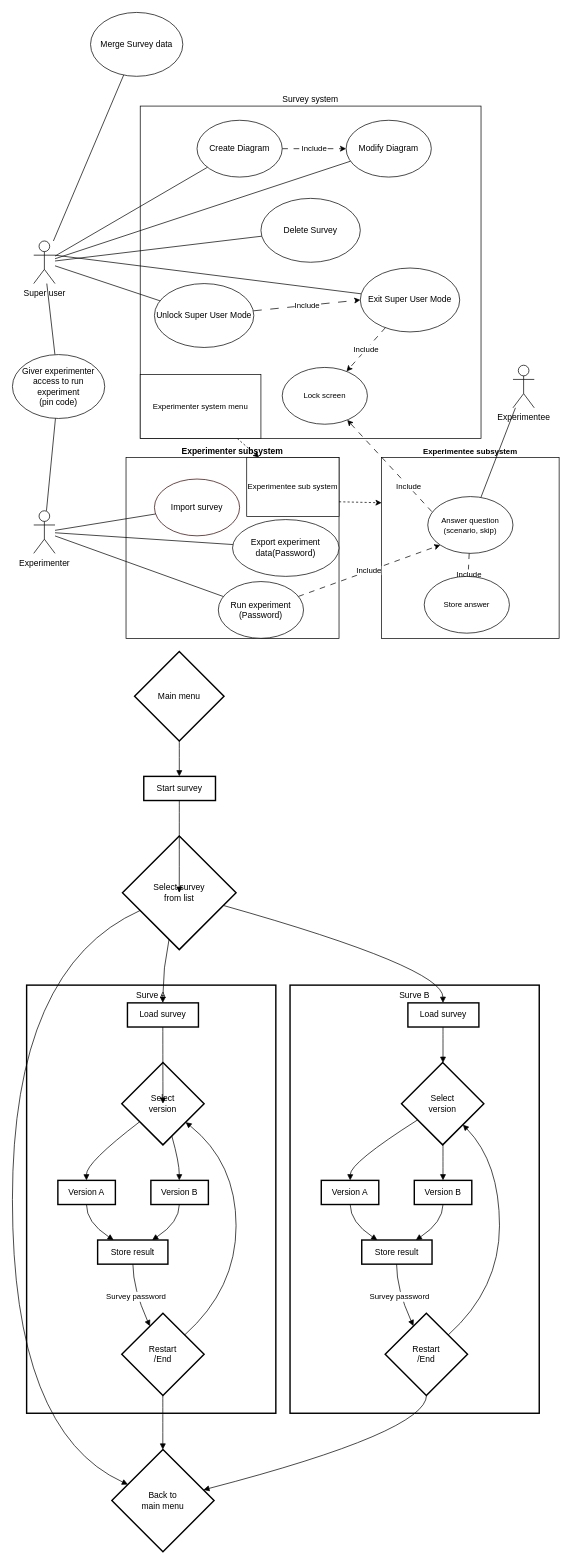
Before: Unavngivet diagram.drawio in toppggg/CtCI, a draw.io diagram. Source tidied: cells renumbered, new cells numbered last; positions are measured from the earlier drawing's top-left corner, leaving out a move shared by most shapes. Both pictures are drawn from the tidied source at 71%, with x=0, y=0 at pixel (12, 12).
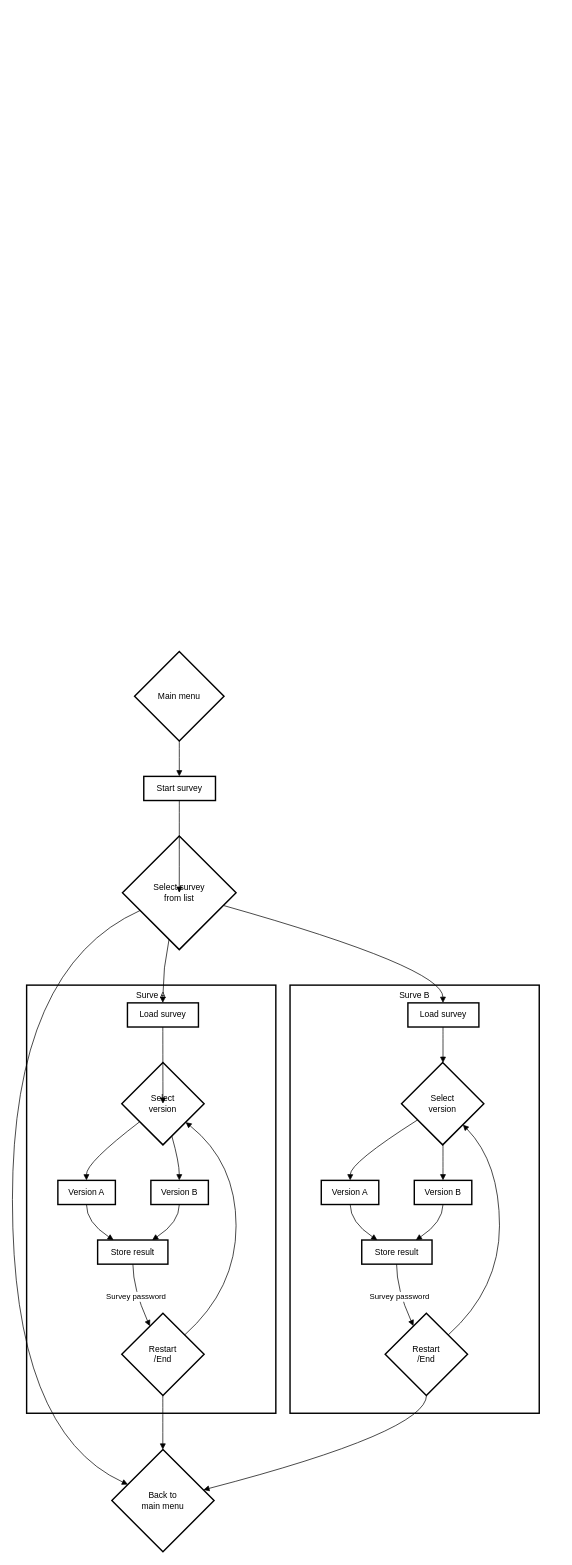
After the change.

Change to the diagram source:
```diff
@@
-    <mxCell id="2" value="Experimentee subsystem" style="rounded=0;whiteSpace=wrap;html=1;fontFamily=Helvetica;fontSize=11;fontColor=default;labelBackgroundColor=default;labelPosition=center;verticalLabelPosition=top;align=center;verticalAlign=bottom;fontStyle=1;" parent="1" vertex="1">
-      <mxGeometry x="520" y="626.9" width="250" height="255" as="geometry" />
-    </mxCell>
-    <mxCell id="3" value="&lt;div style=&quot;font-size: 12px;&quot; align=&quot;left&quot;&gt;&lt;font style=&quot;font-size: 12px;&quot;&gt;&lt;b&gt;Experimenter subsystem&lt;/b&gt;&lt;/font&gt;&lt;/div&gt;" style="rounded=0;whiteSpace=wrap;html=1;fontFamily=Helvetica;fontSize=11;fontColor=default;labelBackgroundColor=default;labelPosition=center;verticalLabelPosition=top;align=center;verticalAlign=bottom;" parent="1" vertex="1">
-      <mxGeometry x="160" y="626.9" width="300" height="254.7" as="geometry" />
-    </mxCell>
-    <mxCell id="4" value="Survey system" style="rounded=0;whiteSpace=wrap;html=1;labelPosition=center;verticalLabelPosition=top;align=center;verticalAlign=bottom;" parent="1" vertex="1">
-      <mxGeometry x="180" y="131.9" width="480" height="468.1" as="geometry" />
-    </mxCell>
-    <mxCell id="5" value="Modify Diagram" style="ellipse;whiteSpace=wrap;html=1;" parent="1" vertex="1">
-      <mxGeometry x="470" y="151.9" width="120" height="80" as="geometry" />
-    </mxCell>
-    <mxCell id="6" value="Include" style="rounded=0;jettySize=auto;html=1;dashed=1;dashPattern=8 8;" parent="1" edge="1" source="7" target="5">
-      <mxGeometry relative="1" as="geometry" />
-    </mxCell>
-    <mxCell id="7" value="Create Diagram" style="ellipse;whiteSpace=wrap;html=1;" parent="1" vertex="1">
-      <mxGeometry x="260" y="151.9" width="120" height="80" as="geometry" />
-    </mxCell>
-    <mxCell id="8" style="rounded=0;jettySize=auto;html=1;endArrow=none;endFill=0;" parent="1" edge="1" source="13" target="7">
-      <mxGeometry relative="1" as="geometry" />
-    </mxCell>
-    <mxCell id="9" style="rounded=0;jettySize=auto;html=1;endArrow=none;endFill=0;" parent="1" edge="1" source="13" target="5">
-      <mxGeometry relative="1" as="geometry" />
-    </mxCell>
-    <mxCell id="10" style="edgeStyle=none;rounded=0;jettySize=auto;html=1;strokeColor=default;align=center;verticalAlign=middle;fontFamily=Helvetica;fontSize=11;fontColor=default;labelBackgroundColor=default;endArrow=none;endFill=0;" parent="1" edge="1" source="13" target="14">
-      <mxGeometry relative="1" as="geometry" />
-    </mxCell>
-    <mxCell id="11" style="edgeStyle=none;rounded=0;jettySize=auto;html=1;strokeColor=default;align=center;verticalAlign=middle;fontFamily=Helvetica;fontSize=11;fontColor=default;labelBackgroundColor=default;endArrow=none;endFill=0;" parent="1" edge="1" source="13" target="15">
-      <mxGeometry relative="1" as="geometry" />
-    </mxCell>
-    <mxCell id="12" style="rounded=0;jettySize=auto;html=1;exitX=1;exitY=0.3333333333333333;exitDx=0;exitDy=0;exitPerimeter=0;endArrow=none;endFill=0;" parent="1" edge="1" source="13" target="43">
-      <mxGeometry relative="1" as="geometry" />
-    </mxCell>
-    <mxCell id="13" value="Super user" style="shape=umlActor;verticalLabelPosition=bottom;verticalAlign=top;html=1;outlineConnect=0;" parent="1" vertex="1">
-      <mxGeometry x="30" y="321.9" width="30" height="60" as="geometry" />
-    </mxCell>
-    <mxCell id="14" value="Giver experimenter access to run experiment&lt;br&gt;(pin code)" style="ellipse;whiteSpace=wrap;html=1;" parent="1" vertex="1">
-      <mxGeometry y="481.9" width="130" height="90" as="geometry" />
-    </mxCell>
-    <mxCell id="15" value="Delete Survey" style="ellipse;whiteSpace=wrap;html=1;" parent="1" vertex="1">
-      <mxGeometry x="350" y="261.9" width="140" height="90" as="geometry" />
-    </mxCell>
-    <mxCell id="16" style="rounded=0;jettySize=auto;html=1;endArrow=none;endFill=0;" parent="1" edge="1" source="20" target="14">
-      <mxGeometry relative="1" as="geometry" />
-    </mxCell>
-    <mxCell id="17" style="edgeStyle=none;rounded=0;jettySize=auto;html=1;strokeColor=default;align=center;verticalAlign=middle;fontFamily=Helvetica;fontSize=11;fontColor=default;labelBackgroundColor=default;endArrow=none;endFill=0;" parent="1" edge="1" source="20" target="24">
-      <mxGeometry relative="1" as="geometry" />
-    </mxCell>
-    <mxCell id="18" style="edgeStyle=none;rounded=0;jettySize=auto;html=1;strokeColor=default;align=center;verticalAlign=middle;fontFamily=Helvetica;fontSize=11;fontColor=default;labelBackgroundColor=default;endArrow=none;endFill=0;" parent="1" edge="1" source="20" target="25">
-      <mxGeometry relative="1" as="geometry" />
-    </mxCell>
-    <mxCell id="19" style="edgeStyle=none;rounded=0;jettySize=auto;html=1;strokeColor=default;align=center;verticalAlign=middle;fontFamily=Helvetica;fontSize=11;fontColor=default;labelBackgroundColor=default;endArrow=none;endFill=0;" parent="1" edge="1" source="20" target="27">
-      <mxGeometry relative="1" as="geometry" />
-    </mxCell>
-    <mxCell id="20" value="Experimenter" style="shape=umlActor;verticalLabelPosition=bottom;verticalAlign=top;html=1;outlineConnect=0;" parent="1" vertex="1">
-      <mxGeometry x="30" y="701.9" width="30" height="60" as="geometry" />
-    </mxCell>
-    <mxCell id="21" style="edgeStyle=none;rounded=0;orthogonalLoop=1;jettySize=auto;html=1;exitX=0;exitY=0;exitDx=0;exitDy=0;strokeColor=default;align=center;verticalAlign=middle;fontFamily=Helvetica;fontSize=11;fontColor=default;labelBackgroundColor=default;endArrow=none;endFill=0;" parent="1" edge="1">
-      <mxGeometry relative="1" as="geometry">
-        <mxPoint x="242.6" y="501.9" as="sourcePoint" />
-        <mxPoint x="242.6" y="501.9" as="targetPoint" />
-      </mxGeometry>
-    </mxCell>
-    <mxCell id="22" style="rounded=0;jettySize=auto;html=1;dashed=1;" parent="1" edge="1" source="23" target="31">
-      <mxGeometry relative="1" as="geometry" />
-    </mxCell>
-    <mxCell id="23" value="Experimenter system menu" style="rounded=0;whiteSpace=wrap;html=1;fontFamily=Helvetica;fontSize=11;fontColor=default;labelBackgroundColor=default;" parent="1" vertex="1">
-      <mxGeometry x="180" y="510" width="170" height="90" as="geometry" />
-    </mxCell>
-    <mxCell id="24" value="Import survey" style="ellipse;whiteSpace=wrap;html=1;fillColor=none;strokeColor=#330000;" parent="1" vertex="1">
-      <mxGeometry x="200" y="657.2" width="120" height="80" as="geometry" />
-    </mxCell>
-    <mxCell id="25" value="Export experiment data(Password)" style="ellipse;whiteSpace=wrap;html=1;" parent="1" vertex="1">
-      <mxGeometry x="310" y="714.3" width="150" height="80" as="geometry" />
-    </mxCell>
-    <mxCell id="26" value="Include" style="edgeStyle=none;rounded=0;jettySize=auto;html=1;entryX=0;entryY=1;entryDx=0;entryDy=0;strokeColor=default;align=center;verticalAlign=middle;fontFamily=Helvetica;fontSize=11;fontColor=default;labelBackgroundColor=default;endArrow=classic;endFill=1;dashed=1;dashPattern=8 8;" parent="1" edge="1" source="27" target="35">
-      <mxGeometry relative="1" as="geometry" />
-    </mxCell>
-    <mxCell id="27" value="Run experiment (Password)" style="ellipse;whiteSpace=wrap;html=1;" parent="1" vertex="1">
-      <mxGeometry x="290" y="801.6" width="120" height="80" as="geometry" />
-    </mxCell>
-    <mxCell id="28" style="edgeStyle=none;rounded=0;jettySize=auto;html=1;strokeColor=default;align=center;verticalAlign=middle;fontFamily=Helvetica;fontSize=11;fontColor=default;labelBackgroundColor=default;endArrow=none;endFill=0;" parent="1" edge="1" source="29" target="13">
-      <mxGeometry relative="1" as="geometry" />
-    </mxCell>
-    <mxCell id="29" value="Merge Survey data" style="ellipse;whiteSpace=wrap;html=1;" parent="1" vertex="1">
-      <mxGeometry x="110" width="130" height="90" as="geometry" />
-    </mxCell>
-    <mxCell id="30" style="rounded=0;jettySize=auto;html=1;dashed=1;entryX=0;entryY=0.25;entryDx=0;entryDy=0;exitX=1;exitY=0.75;exitDx=0;exitDy=0;" parent="1" edge="1" source="31" target="2">
-      <mxGeometry relative="1" as="geometry" />
-    </mxCell>
-    <mxCell id="31" value="Experimentee sub system" style="rounded=0;whiteSpace=wrap;html=1;fontFamily=Helvetica;fontSize=11;fontColor=default;labelBackgroundColor=default;" parent="1" vertex="1">
-      <mxGeometry x="330" y="626.9" width="130" height="83.1" as="geometry" />
-    </mxCell>
-    <mxCell id="32" style="edgeStyle=none;rounded=0;jettySize=auto;html=1;strokeColor=default;align=center;verticalAlign=middle;fontFamily=Helvetica;fontSize=11;fontColor=default;labelBackgroundColor=default;endArrow=none;endFill=0;" parent="1" edge="1" source="35" target="36">
-      <mxGeometry relative="1" as="geometry" />
-    </mxCell>
-    <mxCell id="33" value="Include" style="edgeStyle=none;rounded=0;jettySize=auto;html=1;strokeColor=default;align=center;verticalAlign=top;fontFamily=Helvetica;fontSize=11;fontColor=default;labelBackgroundColor=default;endArrow=classic;endFill=1;dashed=1;dashPattern=8 8;labelPosition=center;verticalLabelPosition=bottom;" parent="1" edge="1" source="35" target="37">
-      <mxGeometry relative="1" as="geometry" />
-    </mxCell>
-    <mxCell id="34" value="Include" style="rounded=0;jettySize=auto;html=1;exitX=0.5;exitY=1;exitDx=0;exitDy=0;dashed=1;dashPattern=8 8;" parent="1" edge="1" source="35" target="39">
-      <mxGeometry relative="1" as="geometry" />
-    </mxCell>
-    <mxCell id="35" value="Answer question&lt;br&gt;(scenario, skip)" style="ellipse;whiteSpace=wrap;html=1;fontFamily=Helvetica;fontSize=11;fontColor=default;labelBackgroundColor=default;" parent="1" vertex="1">
-      <mxGeometry x="585" y="681.9" width="120" height="80" as="geometry" />
-    </mxCell>
-    <mxCell id="36" value="Experimentee" style="shape=umlActor;verticalLabelPosition=bottom;verticalAlign=top;html=1;outlineConnect=0;" parent="1" vertex="1">
-      <mxGeometry x="705" y="496.9" width="30" height="60" as="geometry" />
-    </mxCell>
-    <mxCell id="37" value="Store answer" style="ellipse;whiteSpace=wrap;html=1;fontFamily=Helvetica;fontSize=11;fontColor=default;labelBackgroundColor=default;" parent="1" vertex="1">
-      <mxGeometry x="580" y="794.3" width="120" height="80" as="geometry" />
-    </mxCell>
-    <mxCell id="38" style="edgeStyle=orthogonalEdgeStyle;rounded=0;orthogonalLoop=1;jettySize=auto;html=1;exitX=0.5;exitY=1;exitDx=0;exitDy=0;" parent="1" edge="1" source="35" target="35">
-      <mxGeometry relative="1" as="geometry" />
-    </mxCell>
-    <mxCell id="39" value="Lock screen" style="ellipse;whiteSpace=wrap;html=1;fontFamily=Helvetica;fontSize=11;fontColor=default;labelBackgroundColor=default;fillColor=none;" parent="1" vertex="1">
-      <mxGeometry x="380" y="500" width="120" height="80" as="geometry" />
-    </mxCell>
-    <mxCell id="40" style="rounded=0;jettySize=auto;html=1;endArrow=none;endFill=0;" parent="1" edge="1" source="42" target="13">
-      <mxGeometry relative="1" as="geometry" />
-    </mxCell>
-    <mxCell id="41" value="Include" style="rounded=0;jettySize=auto;html=1;entryX=0;entryY=0.5;entryDx=0;entryDy=0;dashed=1;dashPattern=12 12;" parent="1" edge="1" source="42" target="43">
-      <mxGeometry relative="1" as="geometry" />
-    </mxCell>
-    <mxCell id="42" value="Unlock Super User Mode" style="ellipse;whiteSpace=wrap;html=1;" parent="1" vertex="1">
-      <mxGeometry x="200" y="381.9" width="140" height="90" as="geometry" />
-    </mxCell>
-    <mxCell id="43" value="Exit Super User Mode" style="ellipse;whiteSpace=wrap;html=1;" parent="1" vertex="1">
-      <mxGeometry x="490" y="360" width="140" height="90" as="geometry" />
-    </mxCell>
-    <mxCell id="44" value="Include" style="rounded=0;jettySize=auto;html=1;dashed=1;dashPattern=8 8;" parent="1" edge="1" source="43" target="39">
-      <mxGeometry relative="1" as="geometry" />
-    </mxCell>
```
